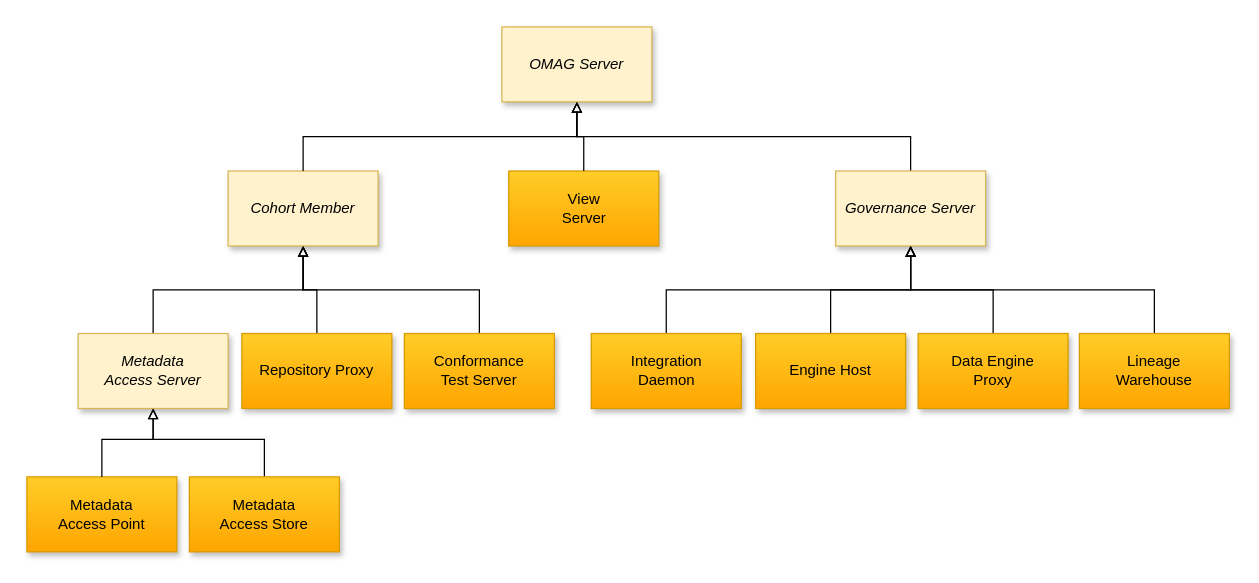
Earlier version of the draw.io diagram page "types-of-omag-servers" (2 of 30) of site/docs/guides/admin/egeria-admin.drawio (odpi/egeria-docs). Source tidied: cells renumbered, new cells numbered last; positions are measured from the earlier drawing's top-left corner, leaving out a move shared by most shapes. Both pictures are drawn from the tidied source at 125%, with x=0, y=0 at pixel (26, 26).
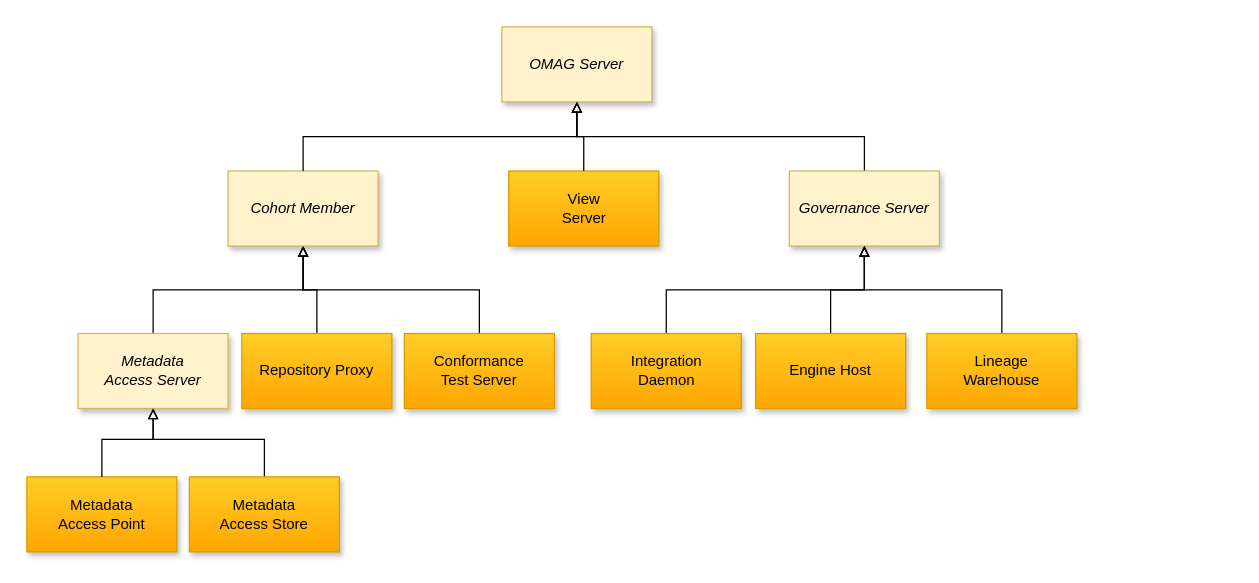
The same diagram, later.

The edit, as a diff of the source:
```diff
@@
     <mxCell id="9" value="Governance Server" style="rounded=0;whiteSpace=wrap;html=1;fillColor=#fff2cc;strokeColor=#d6b656;fontStyle=2;shadow=1;" parent="1" vertex="1">
-      <mxGeometry x="647" y="115.3" width="120" height="60" as="geometry" />
+      <mxGeometry x="610" y="115.3" width="120" height="60" as="geometry" />
     </mxCell>
@@
-    <mxCell id="12" style="edgeStyle=orthogonalEdgeStyle;rounded=0;jettySize=auto;html=1;exitX=0.5;exitY=0;exitDx=0;exitDy=0;entryX=0.5;entryY=1;entryDx=0;entryDy=0;endArrow=block;endFill=0;" parent="1" edge="1" source="13" target="9">
-      <mxGeometry relative="1" as="geometry" />
-    </mxCell>
-    <mxCell id="13" value="Data Engine&lt;br&gt;Proxy" style="rounded=0;whiteSpace=wrap;html=1;fillColor=#ffcd28;strokeColor=#d79b00;gradientColor=#ffa500;shadow=1;" parent="1" vertex="1">
-      <mxGeometry x="713" y="245.3" width="120" height="60" as="geometry" />
-    </mxCell>
@@
     <mxCell id="15" value="Lineage&lt;br&gt;Warehouse" style="rounded=0;whiteSpace=wrap;html=1;fillColor=#ffcd28;strokeColor=#d79b00;gradientColor=#ffa500;shadow=1;" parent="1" vertex="1">
-      <mxGeometry x="842" y="245.3" width="120" height="60" as="geometry" />
+      <mxGeometry x="720" y="245.3" width="120" height="60" as="geometry" />
     </mxCell>
```
